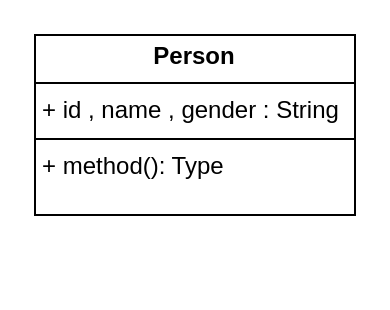
Earlier version of the draw.io diagram OOSE2.drawio (Supatchai2003/OOSE-). Source tidied: cells renumbered, new cells numbered last; positions are measured from the earlier drawing's top-left corner, leaving out a move shared by most shapes. Both pictures are drawn from the tidied source at 200%, with x=0, y=0 at pixel (34, 34).
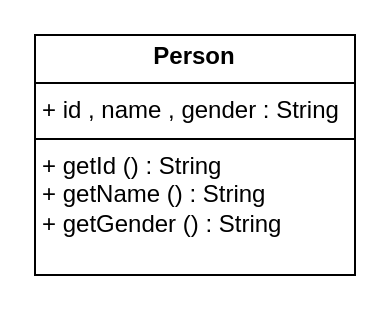
The same page after the edit.

The edit, as a diff of the source:
```diff
@@
 <mxGraphModel>
   <root>
     <mxCell id="0" />
     <mxCell id="1" parent="0" />
-    <mxCell id="2" value="&lt;p style=&quot;margin:0px;margin-top:4px;text-align:center;&quot;&gt;&lt;b&gt;Person&lt;/b&gt;&lt;/p&gt;&lt;hr size=&quot;1&quot; style=&quot;border-style:solid;&quot;&gt;&lt;p style=&quot;margin:0px;margin-left:4px;&quot;&gt;+ id , name , gender : String&lt;/p&gt;&lt;hr size=&quot;1&quot; style=&quot;border-style:solid;&quot;&gt;&lt;p style=&quot;margin:0px;margin-left:4px;&quot;&gt;+ method(): Type&lt;/p&gt;" style="verticalAlign=top;align=left;overflow=fill;html=1;whiteSpace=wrap;" parent="1" vertex="1">
-      <mxGeometry width="160" height="90" as="geometry" />
+    <mxCell id="2" value="&lt;p style=&quot;margin:0px;margin-top:4px;text-align:center;&quot;&gt;&lt;b&gt;Person&lt;/b&gt;&lt;/p&gt;&lt;hr size=&quot;1&quot; style=&quot;border-style:solid;&quot;&gt;&lt;p style=&quot;margin:0px;margin-left:4px;&quot;&gt;+ id , name , gender : String&lt;/p&gt;&lt;hr size=&quot;1&quot; style=&quot;border-style:solid;&quot;&gt;&lt;p style=&quot;margin:0px;margin-left:4px;&quot;&gt;+ getId () : String&lt;/p&gt;&lt;p style=&quot;margin:0px;margin-left:4px;&quot;&gt;+ getName () : String&lt;/p&gt;&lt;p style=&quot;margin:0px;margin-left:4px;&quot;&gt;+ getGender () : String&lt;/p&gt;" style="verticalAlign=top;align=left;overflow=fill;html=1;whiteSpace=wrap;" parent="1" vertex="1">
+      <mxGeometry width="160" height="120" as="geometry" />
     </mxCell>
   </root>
 </mxGraphModel>
```
